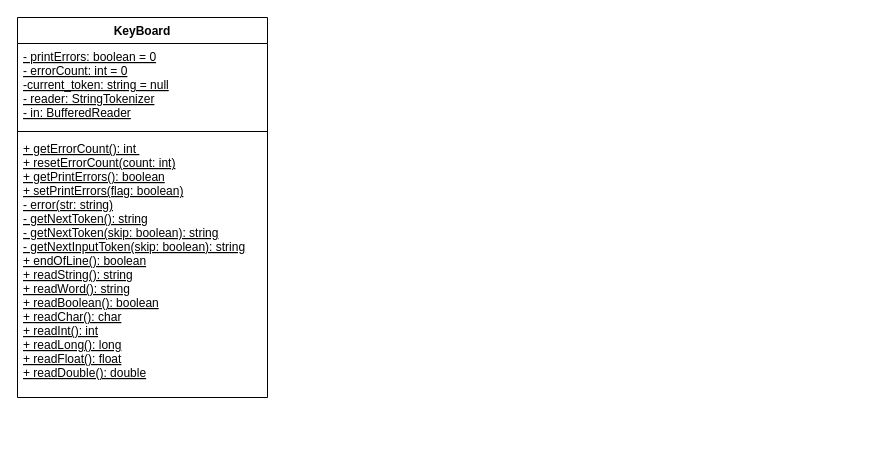
The draw.io diagram uml/uml_client.drawio in simonegramegna/epminer_2021, before the edit. Source tidied: cells renumbered, new cells numbered last; positions are measured from the earlier drawing's top-left corner, leaving out a move shared by most shapes. Both pictures are drawn from the tidied source at 100%, with x=0, y=0 at pixel (17, 17).
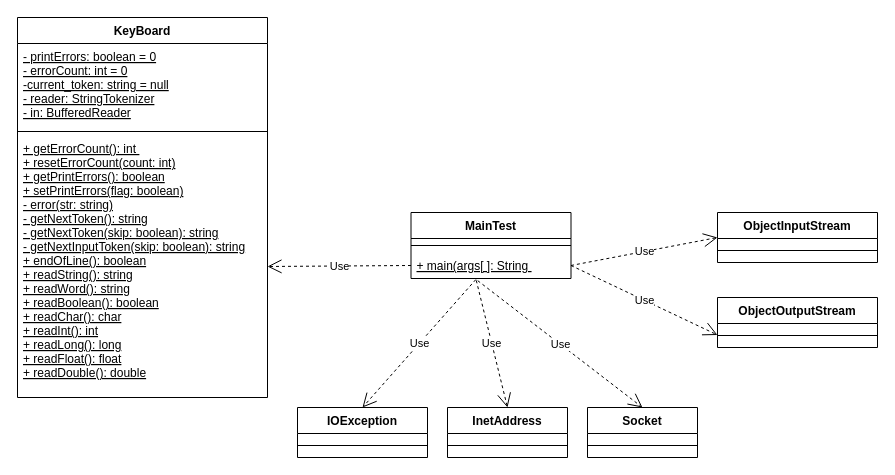
The same page after the edit.

The change refers to these unchanged cells:
```xml
<mxCell id="5" value="+ getErrorCount(): int &#10;+ resetErrorCount(count: int)&#10;+ getPrintErrors(): boolean&#10;+ setPrintErrors(flag: boolean)&#10;- error(str: string)&#10;- getNextToken(): string&#10;- getNextToken(skip: boolean): string&#10;- getNextInputToken(skip: boolean): string&#10;+ endOfLine(): boolean&#10;+ readString(): string&#10;+ readWord(): string&#10;+ readBoolean(): boolean&#10;+ readChar(): char&#10;+ readInt(): int&#10;+ readLong(): long&#10;+ readFloat(): float&#10;+ readDouble(): double&#10;&#10;" style="text;strokeColor=none;fillColor=none;align=left;verticalAlign=top;spacingLeft=4;spacingRight=4;overflow=hidden;points=[[0,0.5],[1,0.5]];portConstraint=eastwest;fontStyle=4;" parent="2" vertex="1">
  <mxGeometry y="118" width="250" height="262" as="geometry" />
</mxCell>
```

Diff of the diagram source:
```diff
@@
+    <mxCell id="6" value="MainTest" style="swimlane;fontStyle=1;align=center;verticalAlign=top;horizontal=1;startSize=26;" parent="1" vertex="1">
+      <mxGeometry x="393.5" y="195" width="160" height="66" as="geometry" />
+    </mxCell>
+    <mxCell id="7" style="line;strokeWidth=1;fillColor=none;align=left;verticalAlign=middle;spacingTop=-1;spacingLeft=3;spacingRight=3;labelPosition=right;" parent="6" vertex="1">
+      <mxGeometry y="26" width="160" height="14" as="geometry" />
+    </mxCell>
+    <mxCell id="8" value="+ main(args[ ]: String " style="text;strokeColor=none;fillColor=none;align=left;verticalAlign=top;spacingLeft=4;spacingRight=4;overflow=hidden;points=[[0,0.5],[1,0.5]];portConstraint=eastwest;fontStyle=4;" parent="6" vertex="1">
+      <mxGeometry y="40" width="160" height="26" as="geometry" />
+    </mxCell>
+    <mxCell id="9" value="Use" style="endArrow=open;endSize=12;dashed=1;html=1;exitX=0;exitY=0.5;exitDx=0;exitDy=0;entryX=1;entryY=0.5;entryDx=0;entryDy=0;" parent="1" edge="1" source="8" target="5">
+      <mxGeometry relative="1" as="geometry" />
+    </mxCell>
+    <mxCell id="10" value="Socket" style="swimlane;fontStyle=1;align=center;verticalAlign=top;horizontal=1;startSize=26;" parent="1" vertex="1">
+      <mxGeometry x="570" y="390" width="110" height="50" as="geometry" />
+    </mxCell>
+    <mxCell id="11" style="line;strokeWidth=1;fillColor=none;align=left;verticalAlign=middle;spacingTop=-1;spacingLeft=3;spacingRight=3;labelPosition=right;" parent="10" vertex="1">
+      <mxGeometry y="26" width="110" height="24" as="geometry" />
+    </mxCell>
+    <mxCell id="12" value="InetAddress" style="swimlane;fontStyle=1;align=center;verticalAlign=top;horizontal=1;startSize=26;" parent="1" vertex="1">
+      <mxGeometry x="430" y="390" width="120" height="50" as="geometry" />
+    </mxCell>
+    <mxCell id="13" style="line;strokeWidth=1;fillColor=none;align=left;verticalAlign=middle;spacingTop=-1;spacingLeft=3;spacingRight=3;labelPosition=right;" parent="12" vertex="1">
+      <mxGeometry y="26" width="120" height="24" as="geometry" />
+    </mxCell>
+    <mxCell id="14" value="IOException" style="swimlane;fontStyle=1;align=center;verticalAlign=top;horizontal=1;startSize=26;" parent="1" vertex="1">
+      <mxGeometry x="280" y="390" width="130" height="50" as="geometry" />
+    </mxCell>
+    <mxCell id="15" style="line;strokeWidth=1;fillColor=none;align=left;verticalAlign=middle;spacingTop=-1;spacingLeft=3;spacingRight=3;labelPosition=right;" parent="14" vertex="1">
+      <mxGeometry y="26" width="130" height="24" as="geometry" />
+    </mxCell>
+    <mxCell id="16" value="Use" style="endArrow=open;endSize=12;dashed=1;html=1;exitX=0.405;exitY=1.041;exitDx=0;exitDy=0;exitPerimeter=0;entryX=0.5;entryY=0;entryDx=0;entryDy=0;" parent="1" edge="1" source="8" target="14">
+      <mxGeometry relative="1" as="geometry" />
+    </mxCell>
+    <mxCell id="17" value="Use" style="endArrow=open;endSize=12;dashed=1;html=1;exitX=0.408;exitY=1.073;exitDx=0;exitDy=0;exitPerimeter=0;entryX=0.5;entryY=0;entryDx=0;entryDy=0;" parent="1" edge="1" source="8" target="12">
+      <mxGeometry relative="1" as="geometry" />
+    </mxCell>
+    <mxCell id="18" value="Use" style="endArrow=open;endSize=12;dashed=1;html=1;entryX=0.5;entryY=0;entryDx=0;entryDy=0;exitX=0.417;exitY=1.083;exitDx=0;exitDy=0;exitPerimeter=0;" parent="1" edge="1" source="8" target="10">
+      <mxGeometry relative="1" as="geometry" />
+    </mxCell>
+    <mxCell id="19" value="ObjectInputStream" style="swimlane;fontStyle=1;align=center;verticalAlign=top;horizontal=1;startSize=26;" parent="1" vertex="1">
+      <mxGeometry x="700" y="195" width="160" height="50" as="geometry" />
+    </mxCell>
+    <mxCell id="20" style="line;strokeWidth=1;fillColor=none;align=left;verticalAlign=middle;spacingTop=-1;spacingLeft=3;spacingRight=3;labelPosition=right;" parent="19" vertex="1">
+      <mxGeometry y="26" width="160" height="24" as="geometry" />
+    </mxCell>
+    <mxCell id="21" value="ObjectOutputStream" style="swimlane;fontStyle=1;align=center;verticalAlign=top;horizontal=1;startSize=26;" parent="1" vertex="1">
+      <mxGeometry x="700" y="280" width="160" height="50" as="geometry" />
+    </mxCell>
+    <mxCell id="22" style="line;strokeWidth=1;fillColor=none;align=left;verticalAlign=middle;spacingTop=-1;spacingLeft=3;spacingRight=3;labelPosition=right;" parent="21" vertex="1">
+      <mxGeometry y="26" width="160" height="24" as="geometry" />
+    </mxCell>
+    <mxCell id="23" value="Use" style="endArrow=open;endSize=12;dashed=1;html=1;exitX=1;exitY=0.5;exitDx=0;exitDy=0;entryX=0;entryY=0.5;entryDx=0;entryDy=0;" parent="1" edge="1" source="8" target="19">
+      <mxGeometry relative="1" as="geometry" />
+    </mxCell>
+    <mxCell id="24" value="Use" style="endArrow=open;endSize=12;dashed=1;html=1;exitX=1;exitY=0.5;exitDx=0;exitDy=0;entryX=0;entryY=0.75;entryDx=0;entryDy=0;" parent="1" edge="1" source="8" target="21">
+      <mxGeometry relative="1" as="geometry" />
+    </mxCell>
```
